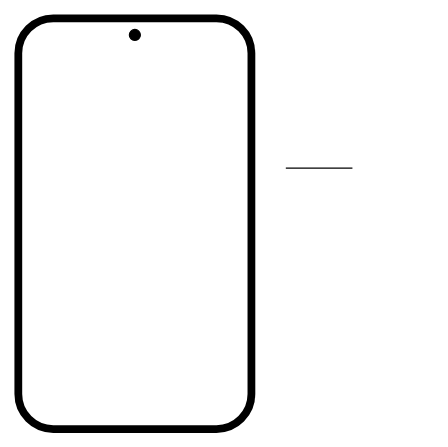
Before: Диаграмма без названия.drawio in Wafffentrager/colleg, a draw.io diagram. Source tidied: cells renumbered, new cells numbered last; positions are measured from the earlier drawing's top-left corner, leaving out a move shared by most shapes. Both pictures are drawn from the tidied source at 111%, with x=0, y=0 at pixel (18, 18).
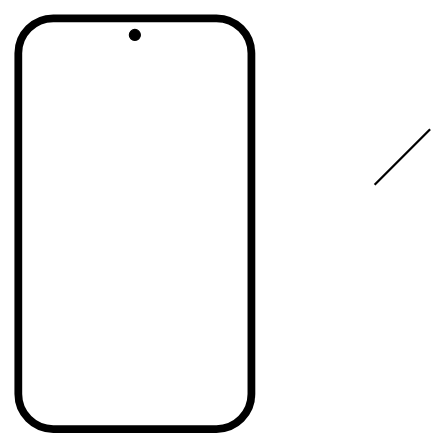
The same diagram, later.

Diff of the diagram source:
```diff
@@
 <mxGraphModel>
   <root>
     <mxCell id="0" />
     <mxCell id="1" parent="0" />
     <mxCell id="2" style="rounded=1;whiteSpace=wrap;html=1;strokeWidth=7;" parent="1" vertex="1">
       <mxGeometry width="210" height="370" as="geometry" />
     </mxCell>
     <mxCell id="3" style="ellipse;whiteSpace=wrap;html=1;fillColor=#000000;" parent="1" vertex="1">
       <mxGeometry x="100" y="10" width="10" height="10" as="geometry" />
     </mxCell>
-    <mxCell id="4" style="line;strokeWidth=1;dashed=0;labelPosition=right;align=left;verticalAlign=middle;spacingTop=0;spacingLeft=6;" parent="1" vertex="1">
-      <mxGeometry x="241" y="130" width="60" height="10" as="geometry" />
-    </mxCell>
+    <mxCell id="5" style="endArrow=none;html=1;rounded=1;strokeWidth=2;" parent="1" edge="1">
+      <mxGeometry relative="1" as="geometry">
+        <mxPoint x="321" y="150" as="sourcePoint" />
+        <mxPoint x="371" y="100" as="targetPoint" />
+      </mxGeometry>
+    </mxCell>
   </root>
 </mxGraphModel>
```
